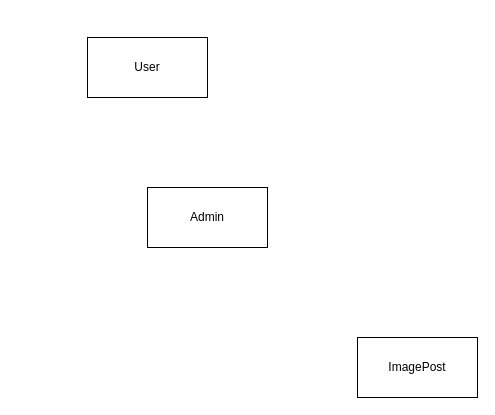
Above: erd.drawio in dgdecorso/backend-imageTest (draw.io), before the change. Source tidied: cells renumbered, new cells numbered last; positions are measured from the earlier drawing's top-left corner, leaving out a move shared by most shapes. Both pictures are drawn from the tidied source at 100%, with x=0, y=0 at pixel (87, 37).
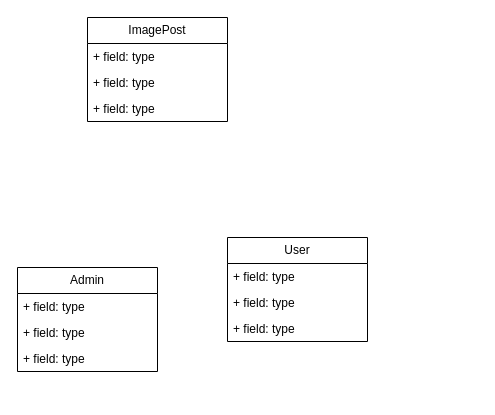
The same diagram, later.

The edit, as a diff of the source:
```diff
@@
 <mxGraphModel>
   <root>
     <mxCell id="0" />
     <mxCell id="1" parent="0" />
-    <mxCell id="2" value="User" style="rounded=0;whiteSpace=wrap;html=1;" parent="1" vertex="1">
-      <mxGeometry width="120" height="60" as="geometry" />
+    <mxCell id="2" value="User" style="swimlane;fontStyle=0;horizontal=1;startSize=26;fillColor=none;whiteSpace=wrap;html=1;" parent="1" vertex="1">
+      <mxGeometry x="140" y="200" width="140" height="104" as="geometry" />
     </mxCell>
+    <mxCell id="5" value="+ field: type" style="text;strokeColor=none;fillColor=none;align=left;verticalAlign=top;spacingLeft=4;spacingRight=4;overflow=hidden;whiteSpace=wrap;html=1;" parent="2" vertex="1">
+      <mxGeometry y="26" width="140" height="26" as="geometry" />
+    </mxCell>
+    <mxCell id="6" value="+ field: type" style="text;strokeColor=none;fillColor=none;align=left;verticalAlign=top;spacingLeft=4;spacingRight=4;overflow=hidden;whiteSpace=wrap;html=1;" parent="2" vertex="1">
+      <mxGeometry y="52" width="140" height="26" as="geometry" />
+    </mxCell>
+    <mxCell id="7" value="+ field: type" style="text;strokeColor=none;fillColor=none;align=left;verticalAlign=top;spacingLeft=4;spacingRight=4;overflow=hidden;whiteSpace=wrap;html=1;" parent="2" vertex="1">
+      <mxGeometry y="78" width="140" height="26" as="geometry" />
+    </mxCell>
-    <mxCell id="3" value="Admin" style="rounded=0;whiteSpace=wrap;html=1;" parent="1" vertex="1">
-      <mxGeometry x="60" y="150" width="120" height="60" as="geometry" />
+    <mxCell id="3" value="Admin" style="swimlane;fontStyle=0;horizontal=1;startSize=26;fillColor=none;whiteSpace=wrap;html=1;" parent="1" vertex="1">
+      <mxGeometry x="-70" y="230" width="140" height="104" as="geometry" />
     </mxCell>
+    <mxCell id="8" value="+ field: type" style="text;strokeColor=none;fillColor=none;align=left;verticalAlign=top;spacingLeft=4;spacingRight=4;overflow=hidden;whiteSpace=wrap;html=1;" parent="3" vertex="1">
+      <mxGeometry y="26" width="140" height="26" as="geometry" />
+    </mxCell>
+    <mxCell id="9" value="+ field: type" style="text;strokeColor=none;fillColor=none;align=left;verticalAlign=top;spacingLeft=4;spacingRight=4;overflow=hidden;whiteSpace=wrap;html=1;" parent="3" vertex="1">
+      <mxGeometry y="52" width="140" height="26" as="geometry" />
+    </mxCell>
+    <mxCell id="10" value="+ field: type" style="text;strokeColor=none;fillColor=none;align=left;verticalAlign=top;spacingLeft=4;spacingRight=4;overflow=hidden;whiteSpace=wrap;html=1;" parent="3" vertex="1">
+      <mxGeometry y="78" width="140" height="26" as="geometry" />
+    </mxCell>
-    <mxCell id="4" value="ImagePost" style="rounded=0;whiteSpace=wrap;html=1;" parent="1" vertex="1">
-      <mxGeometry x="270" y="300" width="120" height="60" as="geometry" />
+    <mxCell id="4" value="ImagePost" style="swimlane;fontStyle=0;horizontal=1;startSize=26;fillColor=none;whiteSpace=wrap;html=1;" parent="1" vertex="1">
+      <mxGeometry y="-20" width="140" height="104" as="geometry" />
     </mxCell>
+    <mxCell id="11" value="+ field: type" style="text;strokeColor=none;fillColor=none;align=left;verticalAlign=top;spacingLeft=4;spacingRight=4;overflow=hidden;whiteSpace=wrap;html=1;" parent="4" vertex="1">
+      <mxGeometry y="26" width="140" height="26" as="geometry" />
+    </mxCell>
+    <mxCell id="12" value="+ field: type" style="text;strokeColor=none;fillColor=none;align=left;verticalAlign=top;spacingLeft=4;spacingRight=4;overflow=hidden;whiteSpace=wrap;html=1;" parent="4" vertex="1">
+      <mxGeometry y="52" width="140" height="26" as="geometry" />
+    </mxCell>
+    <mxCell id="13" value="+ field: type" style="text;strokeColor=none;fillColor=none;align=left;verticalAlign=top;spacingLeft=4;spacingRight=4;overflow=hidden;whiteSpace=wrap;html=1;" parent="4" vertex="1">
+      <mxGeometry y="78" width="140" height="26" as="geometry" />
+    </mxCell>
   </root>
 </mxGraphModel>
```
